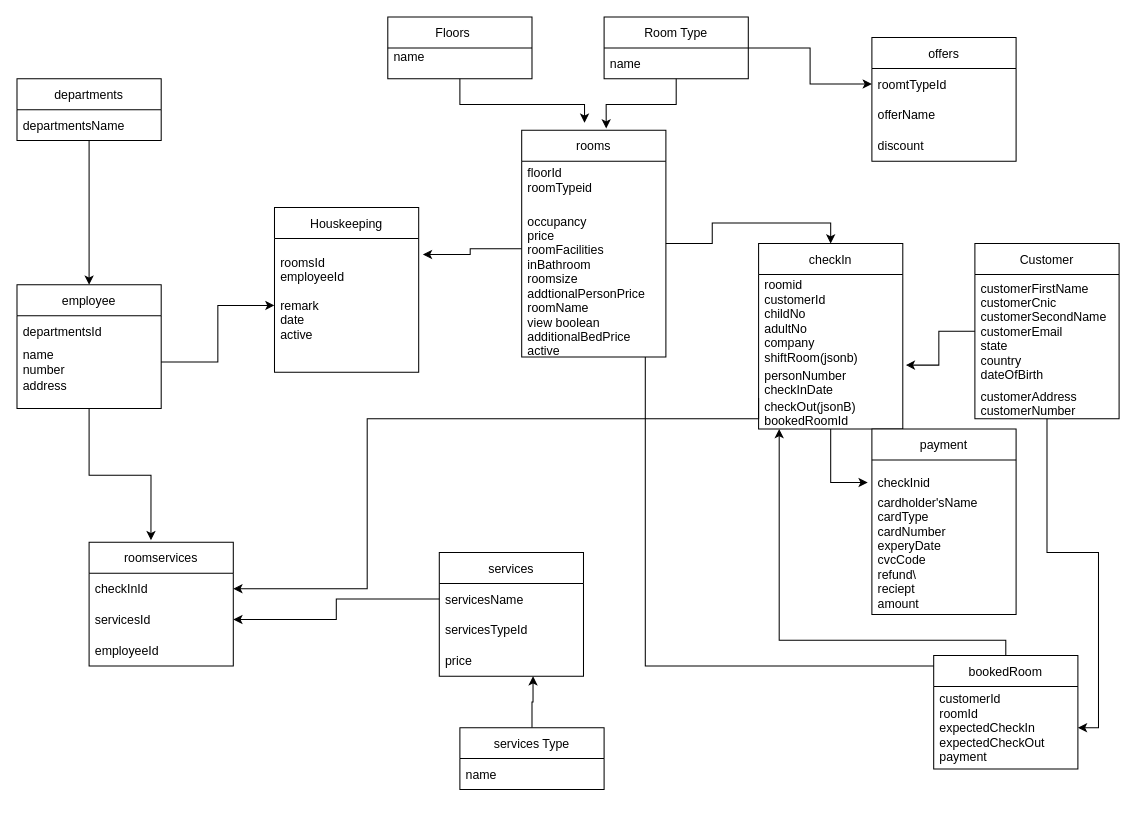
zaryabali786/erdDiagram keeps this draw.io diagram as new10.drawio. Above is the earlier version. Source tidied: cells renumbered, new cells numbered last; positions are measured from the earlier drawing's top-left corner, leaving out a move shared by most shapes. Both pictures are drawn from the tidied source at 103%, with x=0, y=0 at pixel (16, 16).
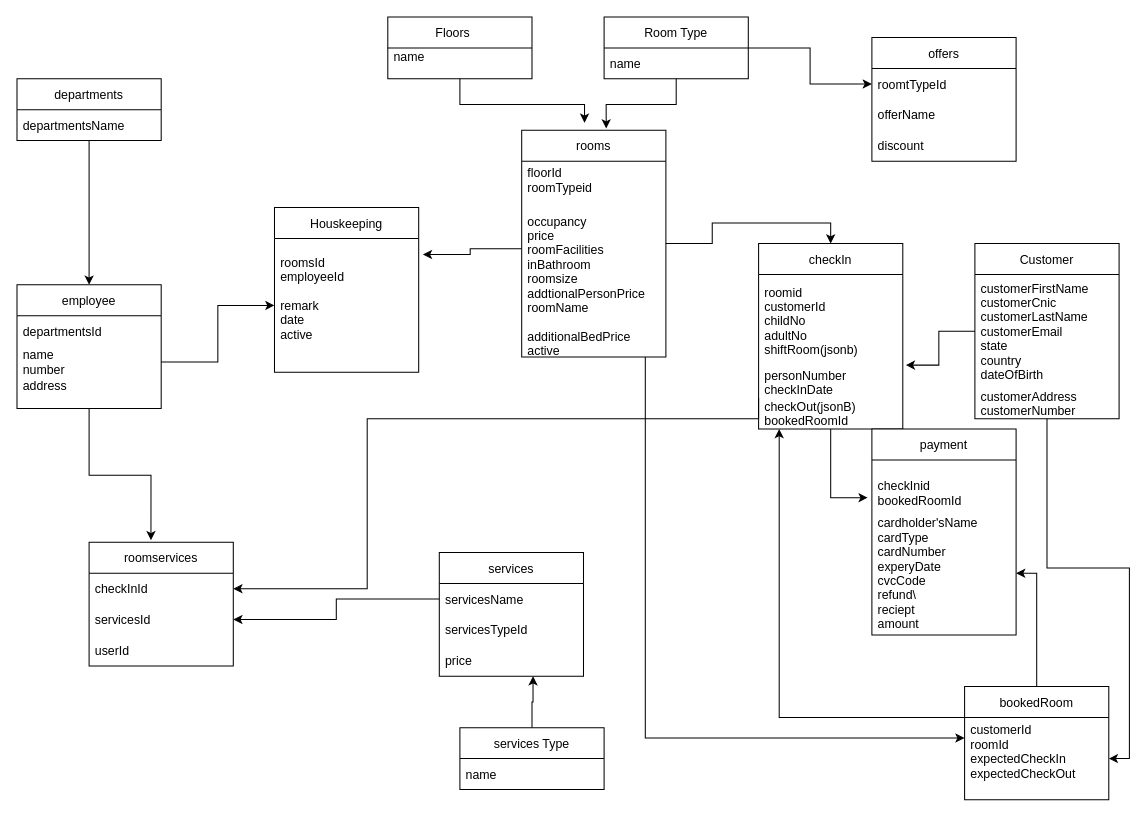
After the change.

Unchanged cells that the change refers to:
```xml
<mxCell id="15" value="rooms" style="swimlane;fontStyle=0;horizontal=1;startSize=30;" parent="1" vertex="1">
  <mxGeometry x="490" y="110" width="140" height="220" as="geometry" />
</mxCell>
<mxCell id="30" value="Customer" style="swimlane;fontStyle=0;horizontal=1;startSize=30;" parent="1" vertex="1">
  <mxGeometry x="930" y="220" width="140" height="170" as="geometry" />
</mxCell>
<mxCell id="34" value="checkIn" style="swimlane;fontStyle=0;horizontal=1;startSize=30;" parent="1" vertex="1">
  <mxGeometry x="720" y="220" width="140" height="180" as="geometry" />
</mxCell>
<mxCell id="37" value="checkOut(jsonB)&#10;bookedRoomId" style="text;strokeColor=none;fillColor=none;align=left;verticalAlign=middle;spacingLeft=4;spacingRight=4;overflow=hidden;points=[[0,0.5],[1,0.5]];portConstraint=eastwest;" parent="34" vertex="1">
  <mxGeometry y="150" width="140" height="30" as="geometry" />
</mxCell>
<mxCell id="54" value="roomservices" style="swimlane;fontStyle=0;horizontal=1;startSize=30;" parent="1" vertex="1">
  <mxGeometry x="70" y="510" width="140" height="120" as="geometry" />
</mxCell>
```

Diff of the diagram source:
```diff
@@
     <mxCell id="14" style="edgeStyle=orthogonalEdgeStyle;rounded=0;jettySize=auto;html=1;" parent="1" edge="1" source="15" target="43">
       <mxGeometry relative="1" as="geometry">
         <Array as="points">
-          <mxPoint x="610" y="630" />
+          <mxPoint x="610" y="700" />
         </Array>
       </mxGeometry>
     </mxCell>
@@
-    <mxCell id="18" value="addtionalPersonPrice&#10;roomName&#10;view boolean&#10;additionalBedPrice&#10;active&#10;&#10;" style="text;strokeColor=none;fillColor=none;align=left;verticalAlign=middle;spacingLeft=4;spacingRight=4;overflow=hidden;" parent="15" vertex="1">
+    <mxCell id="18" value="addtionalPersonPrice&#10;roomName&#10;&#10;additionalBedPrice&#10;active&#10;&#10;" style="text;strokeColor=none;fillColor=none;align=left;verticalAlign=middle;spacingLeft=4;spacingRight=4;overflow=hidden;" parent="15" vertex="1">
       <mxGeometry y="150" width="140" height="70" as="geometry" />
     </mxCell>
@@
-    <mxCell id="31" value="customerFirstName&#10;customerCnic&#10;customerSecondName&#10;customerEmail&#10;state&#10;country&#10;dateOfBirth" style="text;strokeColor=none;fillColor=none;align=left;verticalAlign=middle;spacingLeft=4;spacingRight=4;overflow=hidden;" parent="30" vertex="1">
+    <mxCell id="31" value="customerFirstName&#10;customerCnic&#10;customerLastName&#10;customerEmail&#10;state&#10;country&#10;dateOfBirth" style="text;strokeColor=none;fillColor=none;align=left;verticalAlign=middle;spacingLeft=4;spacingRight=4;overflow=hidden;" parent="30" vertex="1">
       <mxGeometry y="30" width="140" height="110" as="geometry" />
     </mxCell>
@@
-    <mxCell id="35" value="roomid&#10;customerId&#10;childNo&#10;adultNo&#10;company&#10;shiftRoom(jsonb)" style="text;strokeColor=none;fillColor=none;align=left;verticalAlign=middle;spacingLeft=4;spacingRight=4;overflow=hidden;" parent="34" vertex="1">
+    <mxCell id="35" value="roomid&#10;customerId&#10;childNo&#10;adultNo&#10;shiftRoom(jsonb)" style="text;strokeColor=none;fillColor=none;align=left;verticalAlign=middle;spacingLeft=4;spacingRight=4;overflow=hidden;" parent="34" vertex="1">
       <mxGeometry y="30" width="140" height="90" as="geometry" />
     </mxCell>
@@
     <mxCell id="38" value="payment" style="swimlane;fontStyle=0;horizontal=1;startSize=30;" parent="1" vertex="1">
-      <mxGeometry x="830" y="400" width="140" height="180" as="geometry" />
+      <mxGeometry x="830" y="400" width="140" height="200" as="geometry" />
     </mxCell>
-    <mxCell id="39" value="&#10;checkInid" style="text;strokeColor=none;fillColor=none;align=left;verticalAlign=middle;spacingLeft=4;spacingRight=4;overflow=hidden;points=[[0,0.5],[1,0.5]];portConstraint=eastwest;" parent="38" vertex="1">
-      <mxGeometry y="30" width="140" height="30" as="geometry" />
+    <mxCell id="39" value="&#10;checkInid&#10;bookedRoomId" style="text;strokeColor=none;fillColor=none;align=left;verticalAlign=middle;spacingLeft=4;spacingRight=4;overflow=hidden;points=[[0,0.5],[1,0.5]];portConstraint=eastwest;" parent="38" vertex="1">
+      <mxGeometry y="30" width="140" height="50" as="geometry" />
     </mxCell>
     <mxCell id="40" value="cardholder'sName&#10;cardType&#10;cardNumber&#10;experyDate&#10;cvcCode&#10;refund\&#10;reciept&#10;amount" style="text;strokeColor=none;fillColor=none;align=left;verticalAlign=middle;spacingLeft=4;spacingRight=4;overflow=hidden;points=[[0,0.5],[1,0.5]];portConstraint=eastwest;" parent="38" vertex="1">
-      <mxGeometry y="60" width="140" height="120" as="geometry" />
+      <mxGeometry y="80" width="140" height="120" as="geometry" />
     </mxCell>
     <mxCell id="41" style="edgeStyle=orthogonalEdgeStyle;rounded=0;jettySize=auto;html=1;" parent="1" edge="1" source="42" target="37">
       <mxGeometry relative="1" as="geometry">
         <Array as="points">
-          <mxPoint x="740" y="605" />
+          <mxPoint x="740" y="680" />
         </Array>
       </mxGeometry>
     </mxCell>
+    <mxCell id="60" style="edgeStyle=orthogonalEdgeStyle;rounded=0;jettySize=auto;html=1;" parent="1" edge="1" source="42" target="40">
+      <mxGeometry relative="1" as="geometry" />
+    </mxCell>
     <mxCell id="42" value="bookedRoom" style="swimlane;fontStyle=0;horizontal=1;startSize=30;" parent="1" vertex="1">
-      <mxGeometry x="890" y="620" width="140" height="110" as="geometry" />
+      <mxGeometry x="920" y="650" width="140" height="110" as="geometry" />
     </mxCell>
-    <mxCell id="43" value="customerId&#10;roomId&#10;expectedCheckIn&#10;expectedCheckOut&#10;payment" style="text;strokeColor=none;fillColor=none;align=left;verticalAlign=middle;spacingLeft=4;spacingRight=4;overflow=hidden;points=[[0,0.5],[1,0.5]];portConstraint=eastwest;" parent="42" vertex="1">
+    <mxCell id="43" value="customerId&#10;roomId&#10;expectedCheckIn&#10;expectedCheckOut&#10;" style="text;strokeColor=none;fillColor=none;align=left;verticalAlign=middle;spacingLeft=4;spacingRight=4;overflow=hidden;points=[[0,0.5],[1,0.5]];portConstraint=eastwest;" parent="42" vertex="1">
       <mxGeometry y="30" width="140" height="80" as="geometry" />
     </mxCell>
@@
-    <mxCell id="57" value="employeeId" style="text;strokeColor=none;fillColor=none;align=left;verticalAlign=middle;spacingLeft=4;spacingRight=4;overflow=hidden;" parent="54" vertex="1">
+    <mxCell id="57" value="userId" style="text;strokeColor=none;fillColor=none;align=left;verticalAlign=middle;spacingLeft=4;spacingRight=4;overflow=hidden;" parent="54" vertex="1">
       <mxGeometry y="90" width="140" height="30" as="geometry" />
     </mxCell>
```
